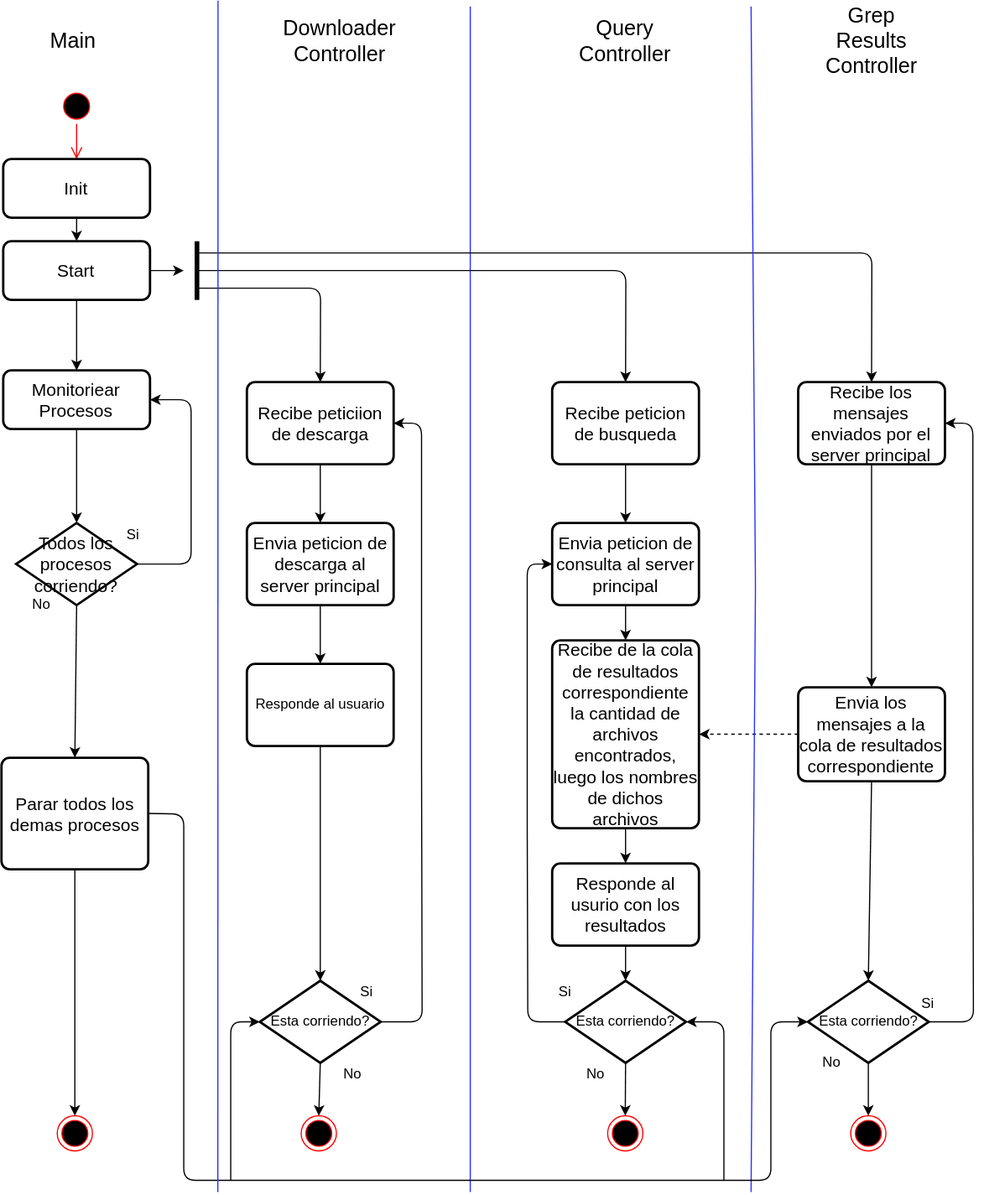
Above: images/actividades-server.svg in rinaldia92/distribuidos-tp1 (draw.io), before the change. Source tidied: cells renumbered, new cells last; positions are measured from the earlier drawing's top-left corner, leaving out a move shared by most shapes.
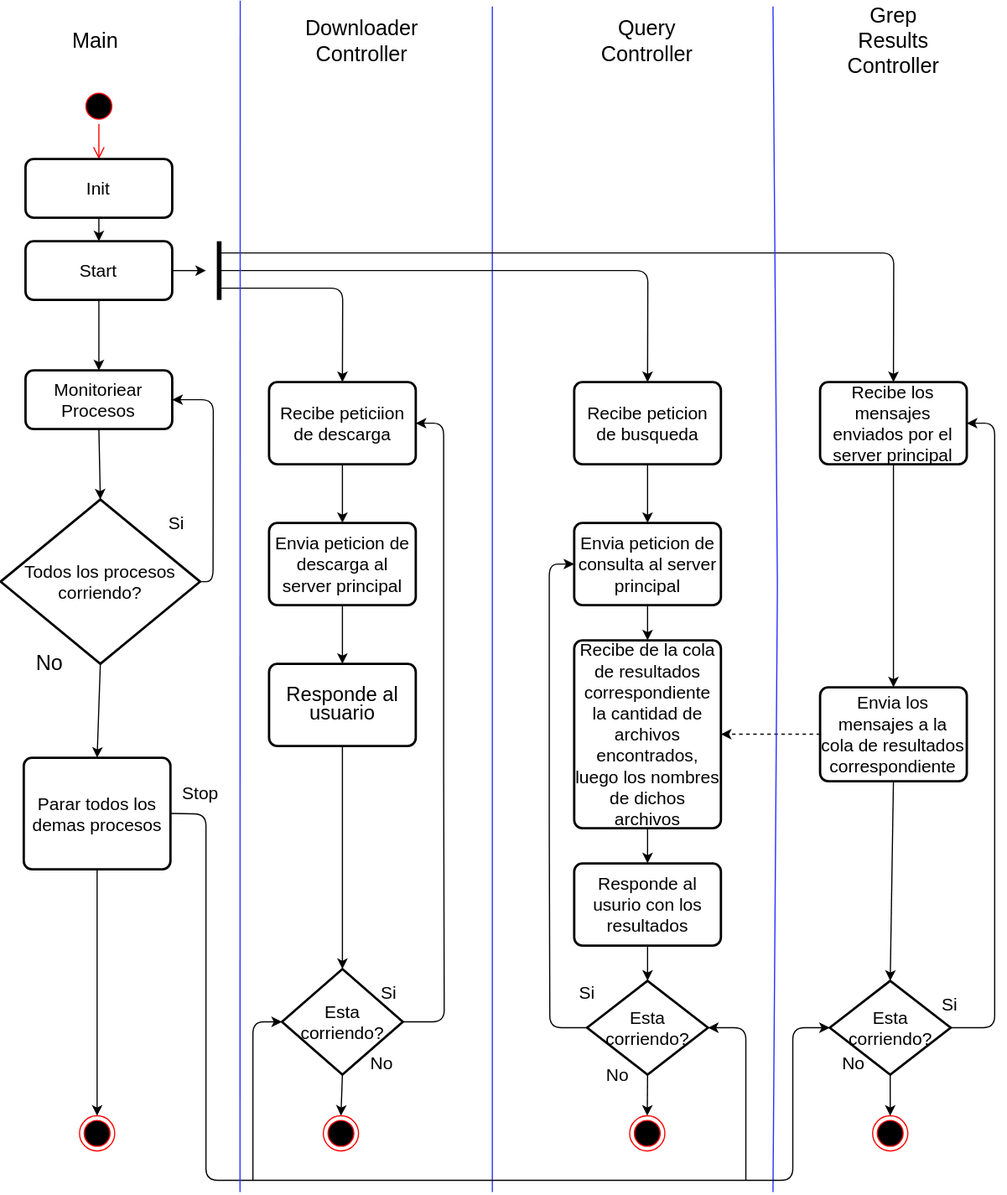
After the change.

Diff of the diagram source:
```diff
@@ -14,7 +14,7 @@
     <mxCell id="5" value="&lt;font style=&quot;font-size: 15px&quot;&gt;Envia peticion de descarga al server principal&lt;/font&gt;" style="rounded=1;whiteSpace=wrap;html=1;absoluteArcSize=1;arcSize=14;strokeWidth=2;" parent="1" vertex="1">
       <mxGeometry x="208.8" y="445" width="125" height="70" as="geometry" />
     </mxCell>
-    <mxCell id="6" value="&lt;p style=&quot;line-height: 120%&quot;&gt;Responde al usuario&lt;/p&gt;" style="rounded=1;whiteSpace=wrap;html=1;absoluteArcSize=1;arcSize=14;strokeWidth=2;" parent="1" vertex="1">
+    <mxCell id="6" value="&lt;p style=&quot;line-height: 120%&quot;&gt;&lt;font style=&quot;font-size: 17px&quot;&gt;Responde al usuario&lt;/font&gt;&lt;/p&gt;" style="rounded=1;whiteSpace=wrap;html=1;absoluteArcSize=1;arcSize=14;strokeWidth=2;" parent="1" vertex="1">
       <mxGeometry x="208.8" y="565" width="125" height="70" as="geometry" />
     </mxCell>
     <mxCell id="7" style="endArrow=classic;html=1;entryX=0.5;entryY=0;entryDx=0;entryDy=0;" parent="1" edge="1" source="29" target="2">
@@ -113,7 +113,7 @@
       </mxGeometry>
     </mxCell>
     <mxCell id="31" value="&lt;font style=&quot;font-size: 15px&quot;&gt;Todos los procesos corriendo?&lt;/font&gt;" style="strokeWidth=2;html=1;shape=mxgraph.flowchart.decision;whiteSpace=wrap;" parent="1" vertex="1">
-      <mxGeometry x="12.2" y="445" width="103" height="70" as="geometry" />
+      <mxGeometry x="-20" y="425" width="170" height="140" as="geometry" />
     </mxCell>
     <mxCell id="32" value="&lt;font style=&quot;font-size: 15px&quot;&gt;Monitoriear Procesos&lt;/font&gt;" style="rounded=1;whiteSpace=wrap;html=1;absoluteArcSize=1;arcSize=14;strokeWidth=2;" parent="1" vertex="1">
       <mxGeometry x="1.2" y="315" width="125" height="50" as="geometry" />
@@ -127,16 +127,16 @@
     <mxCell id="35" style="endArrow=classic;html=1;strokeColor=#000000;exitX=1;exitY=0.5;exitDx=0;exitDy=0;exitPerimeter=0;entryX=1;entryY=0.5;entryDx=0;entryDy=0;" parent="1" edge="1" source="31" target="32">
       <mxGeometry relative="1" as="geometry">
         <Array as="points">
-          <mxPoint x="161.2" y="480" />
+          <mxPoint x="161" y="495" />
           <mxPoint x="161.2" y="340" />
         </Array>
       </mxGeometry>
     </mxCell>
-    <mxCell id="36" value="Si" style="text;html=1;strokeColor=none;fillColor=none;align=center;verticalAlign=middle;whiteSpace=wrap;rounded=0;" parent="1" vertex="1">
-      <mxGeometry x="92.2" y="445" width="40" height="20" as="geometry" />
+    <mxCell id="36" value="Si" style="text;html=1;strokeColor=none;fillColor=none;align=center;verticalAlign=middle;whiteSpace=wrap;rounded=0;fontSize=15;" parent="1" vertex="1">
+      <mxGeometry x="110" y="435" width="40" height="20" as="geometry" />
     </mxCell>
-    <mxCell id="37" value="No" style="text;html=1;strokeColor=none;fillColor=none;align=center;verticalAlign=middle;whiteSpace=wrap;rounded=0;" parent="1" vertex="1">
-      <mxGeometry x="13.8" y="505" width="40" height="20" as="geometry" />
+    <mxCell id="37" value="&lt;font style=&quot;font-size: 18px&quot;&gt;No&lt;/font&gt;" style="text;html=1;strokeColor=none;fillColor=none;align=center;verticalAlign=middle;whiteSpace=wrap;rounded=0;" parent="1" vertex="1">
+      <mxGeometry x="2.5" y="555" width="40" height="20" as="geometry" />
     </mxCell>
     <mxCell id="38" style="ellipse;html=1;shape=endState;fillColor=#000000;strokeColor=#ff0000;" parent="1" vertex="1">
       <mxGeometry x="47.2" y="950" width="30" height="30" as="geometry" />
@@ -144,31 +144,31 @@
     <mxCell id="39" style="endArrow=classic;html=1;strokeColor=#000000;entryX=0.5;entryY=0;entryDx=0;entryDy=0;exitX=0.5;exitY=1;exitDx=0;exitDy=0;" parent="1" edge="1" source="58" target="38">
       <mxGeometry relative="1" as="geometry" />
     </mxCell>
-    <mxCell id="40" value="Esta corriendo?" style="strokeWidth=2;html=1;shape=mxgraph.flowchart.decision;whiteSpace=wrap;" parent="1" vertex="1">
-      <mxGeometry x="219.8" y="835" width="103" height="70" as="geometry" />
+    <mxCell id="40" value="&lt;font style=&quot;font-size: 15px&quot;&gt;Esta corriendo?&lt;/font&gt;" style="strokeWidth=2;html=1;shape=mxgraph.flowchart.decision;whiteSpace=wrap;" parent="1" vertex="1">
+      <mxGeometry x="219.8" y="825" width="103" height="90" as="geometry" />
     </mxCell>
-    <mxCell id="41" value="Esta corriendo?" style="strokeWidth=2;html=1;shape=mxgraph.flowchart.decision;whiteSpace=wrap;" parent="1" vertex="1">
-      <mxGeometry x="479.8" y="835" width="103" height="70" as="geometry" />
+    <mxCell id="41" value="&lt;font style=&quot;font-size: 15px&quot;&gt;Esta corriendo?&lt;/font&gt;" style="strokeWidth=2;html=1;shape=mxgraph.flowchart.decision;whiteSpace=wrap;" parent="1" vertex="1">
+      <mxGeometry x="479.8" y="835" width="103" height="80" as="geometry" />
     </mxCell>
-    <mxCell id="42" value="Esta corriendo?" style="strokeWidth=2;html=1;shape=mxgraph.flowchart.decision;whiteSpace=wrap;" parent="1" vertex="1">
-      <mxGeometry x="686.5" y="835" width="103" height="70" as="geometry" />
+    <mxCell id="42" value="&lt;font style=&quot;font-size: 15px&quot;&gt;Esta corriendo?&lt;/font&gt;" style="strokeWidth=2;html=1;shape=mxgraph.flowchart.decision;whiteSpace=wrap;" parent="1" vertex="1">
+      <mxGeometry x="686.5" y="835" width="103" height="80" as="geometry" />
     </mxCell>
-    <mxCell id="43" value="Si" style="text;html=1;strokeColor=none;fillColor=none;align=center;verticalAlign=middle;whiteSpace=wrap;rounded=0;" parent="1" vertex="1">
+    <mxCell id="43" value="&lt;font style=&quot;font-size: 15px&quot;&gt;Si&lt;/font&gt;" style="text;html=1;strokeColor=none;fillColor=none;align=center;verticalAlign=middle;whiteSpace=wrap;rounded=0;" parent="1" vertex="1">
       <mxGeometry x="768.5" y="845" width="40" height="20" as="geometry" />
     </mxCell>
-    <mxCell id="44" value="Si" style="text;html=1;strokeColor=none;fillColor=none;align=center;verticalAlign=middle;whiteSpace=wrap;rounded=0;" parent="1" vertex="1">
+    <mxCell id="44" value="&lt;font style=&quot;font-size: 15px&quot;&gt;Si&lt;/font&gt;" style="text;html=1;strokeColor=none;fillColor=none;align=center;verticalAlign=middle;whiteSpace=wrap;rounded=0;" parent="1" vertex="1">
       <mxGeometry x="290.5" y="835" width="40" height="20" as="geometry" />
     </mxCell>
-    <mxCell id="45" value="Si" style="text;html=1;strokeColor=none;fillColor=none;align=center;verticalAlign=middle;whiteSpace=wrap;rounded=0;" parent="1" vertex="1">
+    <mxCell id="45" value="&lt;font style=&quot;font-size: 15px&quot;&gt;Si&lt;/font&gt;" style="text;html=1;strokeColor=none;fillColor=none;align=center;verticalAlign=middle;whiteSpace=wrap;rounded=0;" parent="1" vertex="1">
       <mxGeometry x="460" y="835" width="40" height="20" as="geometry" />
     </mxCell>
-    <mxCell id="46" value="No" style="text;html=1;strokeColor=none;fillColor=none;align=center;verticalAlign=middle;whiteSpace=wrap;rounded=0;" parent="1" vertex="1">
-      <mxGeometry x="278.8" y="905" width="40" height="20" as="geometry" />
+    <mxCell id="46" value="&lt;font style=&quot;font-size: 15px&quot;&gt;No&lt;/font&gt;" style="text;html=1;strokeColor=none;fillColor=none;align=center;verticalAlign=middle;whiteSpace=wrap;rounded=0;" parent="1" vertex="1">
+      <mxGeometry x="285" y="895" width="40" height="20" as="geometry" />
     </mxCell>
-    <mxCell id="47" value="No" style="text;html=1;strokeColor=none;fillColor=none;align=center;verticalAlign=middle;whiteSpace=wrap;rounded=0;" parent="1" vertex="1">
+    <mxCell id="47" value="&lt;font style=&quot;font-size: 15px&quot;&gt;No&lt;/font&gt;" style="text;html=1;strokeColor=none;fillColor=none;align=center;verticalAlign=middle;whiteSpace=wrap;rounded=0;" parent="1" vertex="1">
       <mxGeometry x="486" y="905" width="40" height="20" as="geometry" />
     </mxCell>
-    <mxCell id="48" value="No" style="text;html=1;strokeColor=none;fillColor=none;align=center;verticalAlign=middle;whiteSpace=wrap;rounded=0;" parent="1" vertex="1">
+    <mxCell id="48" value="&lt;font style=&quot;font-size: 15px&quot;&gt;No&lt;/font&gt;" style="text;html=1;strokeColor=none;fillColor=none;align=center;verticalAlign=middle;whiteSpace=wrap;rounded=0;" parent="1" vertex="1">
       <mxGeometry x="686.5" y="895" width="40" height="20" as="geometry" />
     </mxCell>
     <mxCell id="49" style="endArrow=classic;html=1;strokeColor=#000000;exitX=0.5;exitY=1;exitDx=0;exitDy=0;entryX=0.5;entryY=0;entryDx=0;entryDy=0;entryPerimeter=0;" parent="1" edge="1" source="6" target="40">
@@ -192,7 +192,7 @@
     <mxCell id="53" style="endArrow=classic;html=1;strokeColor=#000000;exitX=0;exitY=0.5;exitDx=0;exitDy=0;exitPerimeter=0;entryX=0;entryY=0.5;entryDx=0;entryDy=0;" parent="1" edge="1" source="41" target="11">
       <mxGeometry relative="1" as="geometry">
         <Array as="points">
-          <mxPoint x="448" y="870" />
+          <mxPoint x="448" y="875" />
           <mxPoint x="447.5" y="705" />
           <mxPoint x="447.5" y="480" />
         </Array>
@@ -201,7 +201,7 @@
     <mxCell id="54" style="endArrow=classic;html=1;strokeColor=#000000;exitX=1;exitY=0.5;exitDx=0;exitDy=0;exitPerimeter=0;entryX=1;entryY=0.5;entryDx=0;entryDy=0;" parent="1" edge="1" source="42" target="3">
       <mxGeometry relative="1" as="geometry">
         <Array as="points">
-          <mxPoint x="827.5" y="870" />
+          <mxPoint x="827" y="875" />
           <mxPoint x="827" y="645" />
           <mxPoint x="827" y="360" />
         </Array>
@@ -246,7 +246,7 @@
           <mxPoint x="155" y="693" />
           <mxPoint x="155" y="1005" />
           <mxPoint x="655" y="1005" />
-          <mxPoint x="655" y="870" />
+          <mxPoint x="655" y="875" />
         </Array>
       </mxGeometry>
     </mxCell>
@@ -262,7 +262,7 @@
       <mxGeometry relative="1" as="geometry">
         <mxPoint x="615" y="1005" as="sourcePoint" />
         <Array as="points">
-          <mxPoint x="615" y="870" />
+          <mxPoint x="615" y="875" />
         </Array>
       </mxGeometry>
     </mxCell>
@@ -272,5 +272,8 @@
         <mxPoint x="184.2" as="targetPoint" />
       </mxGeometry>
     </mxCell>
+    <mxCell id="70" value="Stop" style="text;html=1;align=center;verticalAlign=middle;fontSize=15;" parent="1" vertex="1">
+      <mxGeometry x="124.8" y="665" width="50" height="20" as="geometry" />
+    </mxCell>
   </root>
 </mxGraphModel>
```
